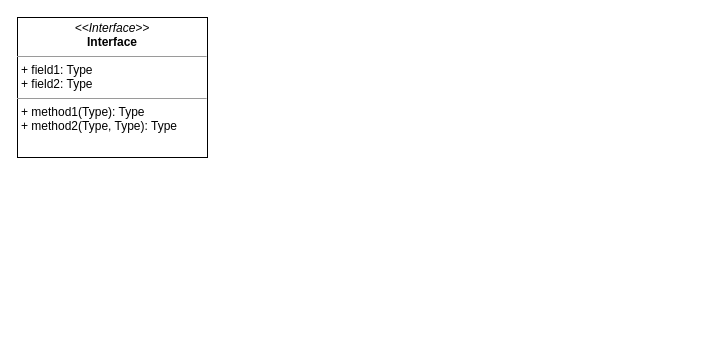
Above: Sleeping Wars Plugin System Design.drawio in JonasT4n/Sleeping-Wars-Plugin (draw.io), before the change. Source tidied: cells renumbered, new cells numbered last; positions are measured from the earlier drawing's top-left corner, leaving out a move shared by most shapes. Both pictures are drawn from the tidied source at 100%, with x=0, y=0 at pixel (17, 17).
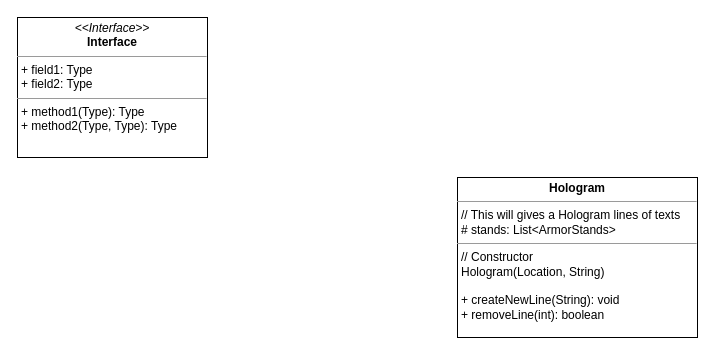
The same page after the edit.

Change to the diagram source:
```diff
@@
 <mxGraphModel>
   <root>
     <mxCell id="0" />
     <mxCell id="1" parent="0" />
     <mxCell id="2" value="&lt;p style=&quot;margin:0px;margin-top:4px;text-align:center;&quot;&gt;&lt;i&gt;&amp;lt;&amp;lt;Interface&amp;gt;&amp;gt;&lt;/i&gt;&lt;br/&gt;&lt;b&gt;Interface&lt;/b&gt;&lt;/p&gt;&lt;hr size=&quot;1&quot;/&gt;&lt;p style=&quot;margin:0px;margin-left:4px;&quot;&gt;+ field1: Type&lt;br/&gt;+ field2: Type&lt;/p&gt;&lt;hr size=&quot;1&quot;/&gt;&lt;p style=&quot;margin:0px;margin-left:4px;&quot;&gt;+ method1(Type): Type&lt;br/&gt;+ method2(Type, Type): Type&lt;/p&gt;" style="verticalAlign=top;align=left;overflow=fill;fontSize=12;fontFamily=Helvetica;html=1;" parent="1" vertex="1">
       <mxGeometry width="190" height="140" as="geometry" />
     </mxCell>
+    <mxCell id="3" value="&lt;p style=&quot;margin: 0px ; margin-top: 4px ; text-align: center&quot;&gt;&lt;b&gt;Hologram&lt;/b&gt;&lt;/p&gt;&lt;hr size=&quot;1&quot;&gt;&lt;p style=&quot;margin: 0px ; margin-left: 4px&quot;&gt;// This will gives a Hologram lines of texts&lt;/p&gt;&lt;p style=&quot;margin: 0px ; margin-left: 4px&quot;&gt;# stands: List&amp;lt;ArmorStands&amp;gt;&lt;/p&gt;&lt;hr size=&quot;1&quot;&gt;&lt;p style=&quot;margin: 0px ; margin-left: 4px&quot;&gt;// Constructor&lt;/p&gt;&lt;p style=&quot;margin: 0px ; margin-left: 4px&quot;&gt;Hologram(Location, String)&lt;/p&gt;&lt;p style=&quot;margin: 0px ; margin-left: 4px&quot;&gt;&lt;br&gt;&lt;/p&gt;&lt;p style=&quot;margin: 0px ; margin-left: 4px&quot;&gt;+ createNewLine(String): void&lt;/p&gt;&lt;p style=&quot;margin: 0px ; margin-left: 4px&quot;&gt;+ removeLine(int): boolean&lt;/p&gt;" style="verticalAlign=top;align=left;overflow=fill;fontSize=12;fontFamily=Helvetica;html=1;" parent="1" vertex="1">
+      <mxGeometry x="440" y="160" width="240" height="160" as="geometry" />
+    </mxCell>
   </root>
 </mxGraphModel>
```
